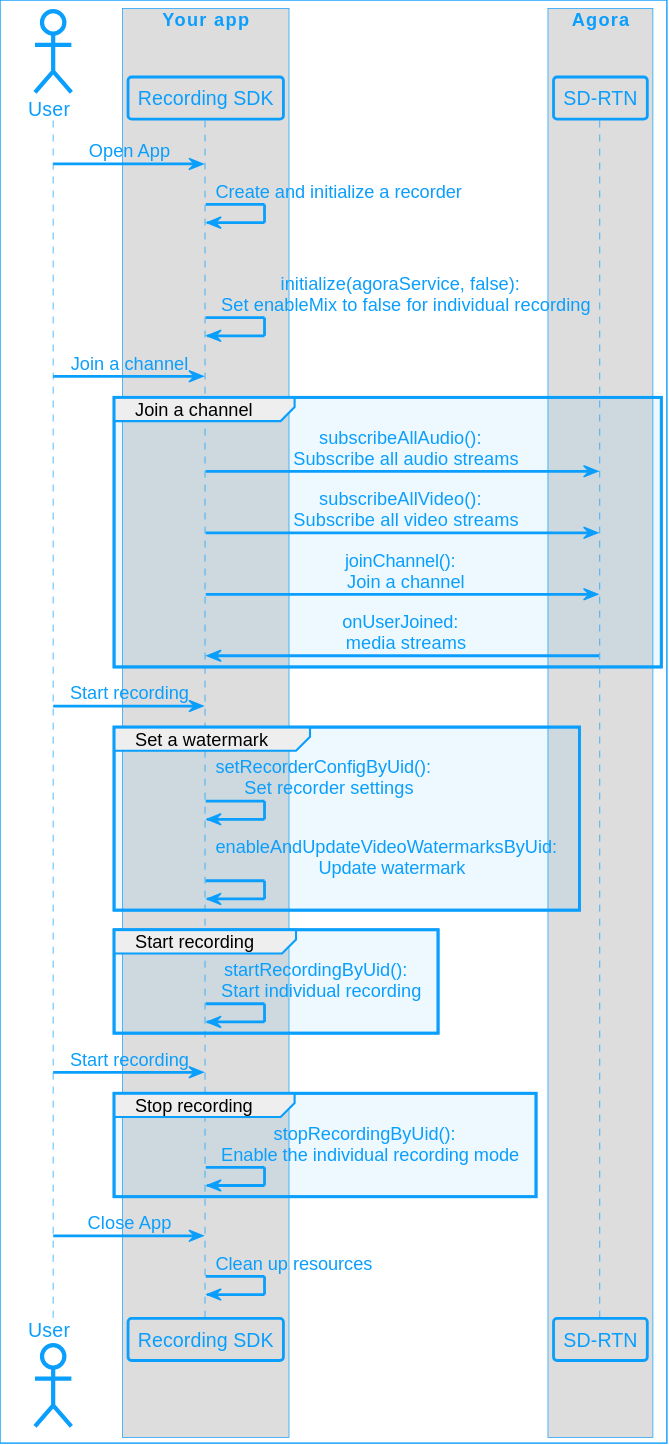
Before: assets/images/on-premise-recording/individual-recording-logic-cpp.svg, a diagram exported from PlantUML (AgoraIO/Docs-Source).
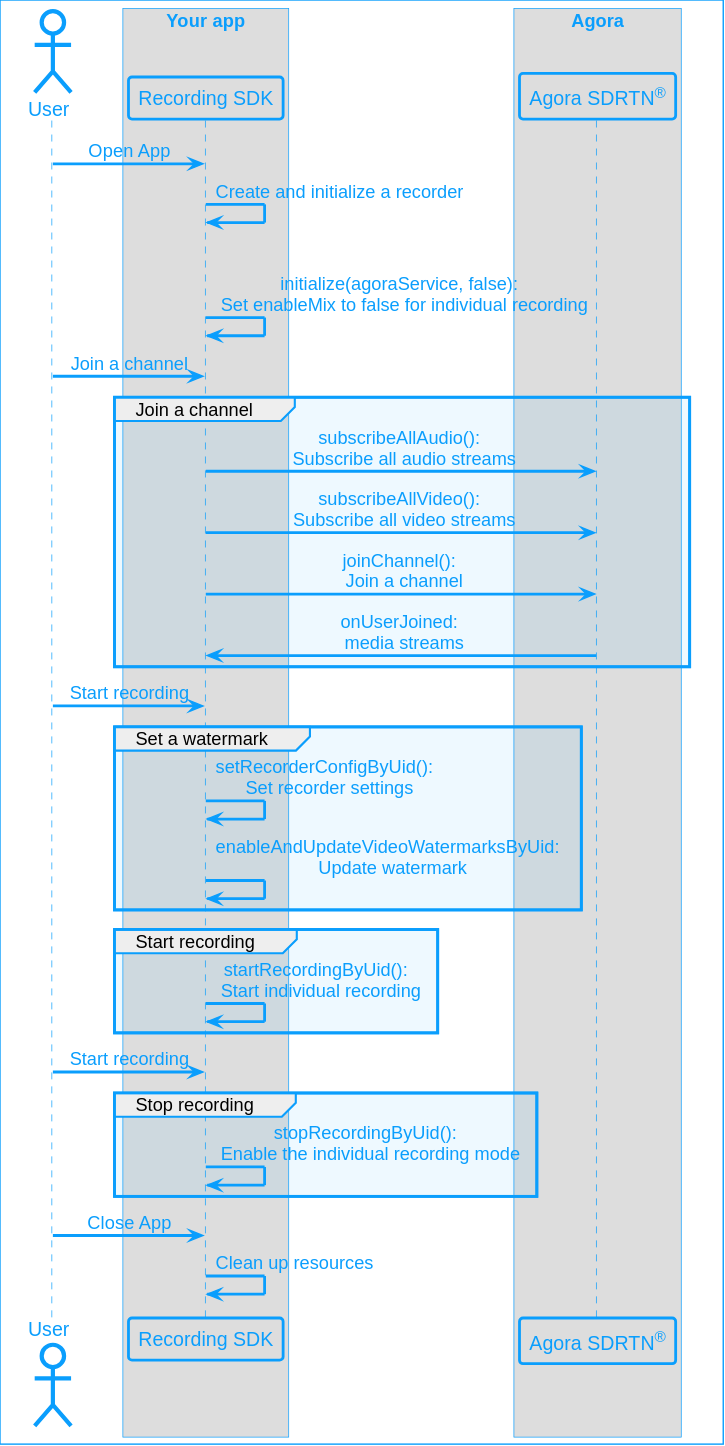
The same file after the commit.

The edit, as a diff of the source:
```diff
@@ -8,7 +8,7 @@
 end box
 
 box "Agora"
-participant "SD-RTN" as API
+participant "Agora SDRTN<sup>®</sup>" as API
 end box
 
 USR -> APP: Open App
```
